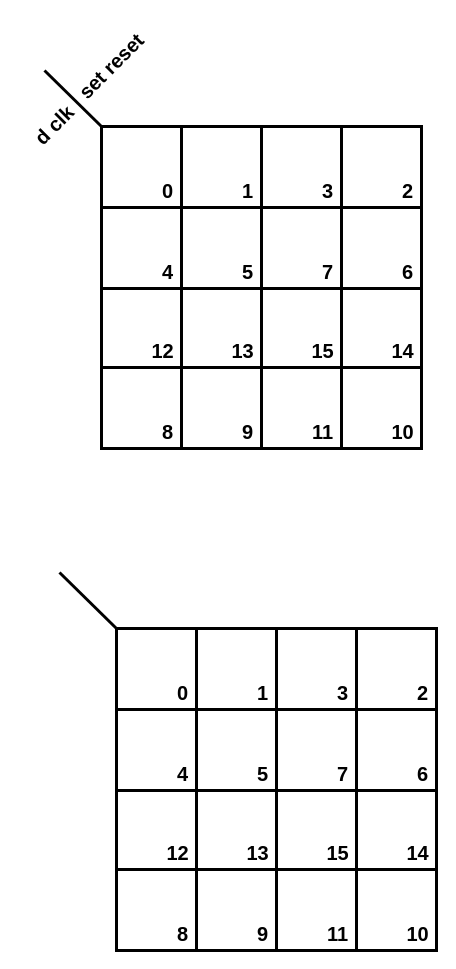
T-Maharshi-Sanand-Yadav/draw.io keeps this draw.io diagram as kmap.drawio. Above is the earlier version. Source tidied: cells renumbered, new cells numbered last; positions are measured from the earlier drawing's top-left corner, leaving out a move shared by most shapes. Both pictures are drawn from the tidied source at 100%, with x=0, y=0 at pixel (20, 47).
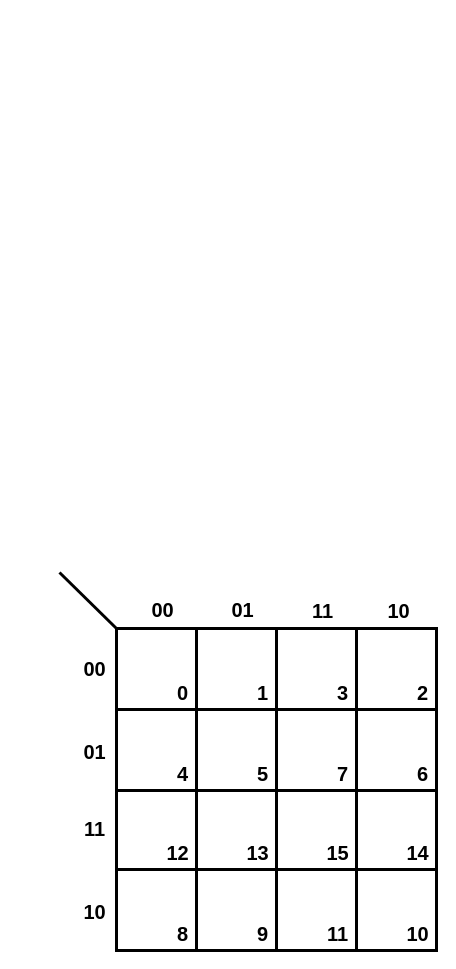
The same diagram, later.

Change to the diagram source:
```diff
@@
-    <mxCell id="2" style="childLayout=tableLayout;shadow=0;fillColor=none;strokeWidth=3;" parent="1" vertex="1">
-      <mxGeometry x="81" y="79" width="320" height="322" as="geometry" />
-    </mxCell>
-    <mxCell id="3" style="shape=tableRow;horizontal=0;startSize=0;swimlaneHead=0;swimlaneBody=0;top=0;left=0;bottom=0;right=0;fontStyle=0;fillColor=none;strokeColor=inherit;strokeWidth=3;" parent="2" vertex="1">
-      <mxGeometry width="320" height="81" as="geometry" />
-    </mxCell>
-    <mxCell id="4" style="strokeColor=inherit;fillColor=none;align=center;whiteSpace=wrap;html=1;strokeWidth=3;" parent="3" vertex="1">
-      <mxGeometry width="80" height="81" as="geometry" />
-    </mxCell>
-    <mxCell id="5" style="strokeColor=inherit;fillColor=none;align=center;whiteSpace=wrap;html=1;strokeWidth=3;" parent="3" vertex="1">
-      <mxGeometry x="80" width="80" height="81" as="geometry" />
-    </mxCell>
-    <mxCell id="6" style="strokeColor=inherit;fillColor=none;align=center;whiteSpace=wrap;html=1;strokeWidth=3;" parent="3" vertex="1">
-      <mxGeometry x="160" width="80" height="81" as="geometry" />
-    </mxCell>
-    <mxCell id="7" style="strokeColor=inherit;fillColor=none;align=center;whiteSpace=wrap;html=1;strokeWidth=3;" parent="3" vertex="1">
-      <mxGeometry x="240" width="80" height="81" as="geometry" />
-    </mxCell>
-    <mxCell id="8" style="shape=tableRow;horizontal=0;startSize=0;swimlaneHead=0;swimlaneBody=0;top=0;left=0;bottom=0;right=0;fontStyle=0;fillColor=none;strokeColor=inherit;strokeWidth=3;" parent="2" vertex="1">
-      <mxGeometry y="81" width="320" height="81" as="geometry" />
-    </mxCell>
-    <mxCell id="9" style="strokeColor=inherit;fillColor=none;align=center;whiteSpace=wrap;html=1;strokeWidth=3;" parent="8" vertex="1">
-      <mxGeometry width="80" height="81" as="geometry" />
-    </mxCell>
-    <mxCell id="10" style="strokeColor=inherit;fillColor=none;align=center;whiteSpace=wrap;html=1;strokeWidth=3;" parent="8" vertex="1">
-      <mxGeometry x="80" width="80" height="81" as="geometry" />
-    </mxCell>
-    <mxCell id="11" style="strokeColor=inherit;fillColor=none;align=center;whiteSpace=wrap;html=1;strokeWidth=3;" parent="8" vertex="1">
-      <mxGeometry x="160" width="80" height="81" as="geometry" />
-    </mxCell>
-    <mxCell id="12" style="strokeColor=inherit;fillColor=none;align=center;whiteSpace=wrap;html=1;strokeWidth=3;" parent="8" vertex="1">
-      <mxGeometry x="240" width="80" height="81" as="geometry" />
-    </mxCell>
-    <mxCell id="13" style="shape=tableRow;horizontal=0;startSize=0;swimlaneHead=0;swimlaneBody=0;top=0;left=0;bottom=0;right=0;fontStyle=0;fillColor=none;strokeColor=inherit;strokeWidth=3;" parent="2" vertex="1">
-      <mxGeometry y="162" width="320" height="79" as="geometry" />
-    </mxCell>
-    <mxCell id="14" style="strokeColor=inherit;fillColor=none;align=center;whiteSpace=wrap;html=1;strokeWidth=3;" parent="13" vertex="1">
-      <mxGeometry width="80" height="79" as="geometry" />
-    </mxCell>
-    <mxCell id="15" style="strokeColor=inherit;fillColor=none;align=center;whiteSpace=wrap;html=1;strokeWidth=3;" parent="13" vertex="1">
-      <mxGeometry x="80" width="80" height="79" as="geometry" />
-    </mxCell>
-    <mxCell id="16" style="strokeColor=inherit;fillColor=none;align=center;whiteSpace=wrap;html=1;strokeWidth=3;" parent="13" vertex="1">
-      <mxGeometry x="160" width="80" height="79" as="geometry" />
-    </mxCell>
-    <mxCell id="17" style="strokeColor=inherit;fillColor=none;align=center;whiteSpace=wrap;html=1;strokeWidth=3;" parent="13" vertex="1">
-      <mxGeometry x="240" width="80" height="79" as="geometry" />
-    </mxCell>
-    <mxCell id="18" style="shape=tableRow;horizontal=0;startSize=0;swimlaneHead=0;swimlaneBody=0;top=0;left=0;bottom=0;right=0;fontStyle=0;fillColor=none;strokeColor=inherit;strokeWidth=3;" parent="2" vertex="1">
-      <mxGeometry y="241" width="320" height="81" as="geometry" />
-    </mxCell>
-    <mxCell id="19" style="strokeColor=inherit;fillColor=none;align=center;whiteSpace=wrap;html=1;strokeWidth=3;" parent="18" vertex="1">
-      <mxGeometry width="80" height="81" as="geometry" />
-    </mxCell>
-    <mxCell id="20" style="strokeColor=inherit;fillColor=none;align=center;whiteSpace=wrap;html=1;strokeWidth=3;" parent="18" vertex="1">
-      <mxGeometry x="80" width="80" height="81" as="geometry" />
-    </mxCell>
-    <mxCell id="21" style="strokeColor=inherit;fillColor=none;align=center;whiteSpace=wrap;html=1;strokeWidth=3;" parent="18" vertex="1">
-      <mxGeometry x="160" width="80" height="81" as="geometry" />
-    </mxCell>
-    <mxCell id="22" style="strokeColor=inherit;fillColor=none;align=center;whiteSpace=wrap;html=1;strokeWidth=3;" parent="18" vertex="1">
-      <mxGeometry x="240" width="80" height="81" as="geometry" />
-    </mxCell>
-    <mxCell id="23" value="&lt;b&gt;&lt;font&gt;0&lt;/font&gt;&lt;/b&gt;" style="text;html=1;align=center;verticalAlign=middle;strokeColor=none;fillColor=none;fontSize=20;" parent="1" vertex="1">
-      <mxGeometry x="132" y="124" width="30" height="37" as="geometry" />
-    </mxCell>
-    <mxCell id="24" value="&lt;b&gt;&lt;font&gt;1&lt;/font&gt;&lt;/b&gt;" style="text;html=1;align=center;verticalAlign=middle;strokeColor=none;fillColor=none;fontSize=20;" parent="1" vertex="1">
-      <mxGeometry x="212" y="124" width="30" height="37" as="geometry" />
-    </mxCell>
-    <mxCell id="25" value="&lt;b&gt;&lt;font&gt;3&lt;/font&gt;&lt;/b&gt;" style="text;html=1;align=center;verticalAlign=middle;strokeColor=none;fillColor=none;fontSize=20;" parent="1" vertex="1">
-      <mxGeometry x="292" y="124" width="30" height="37" as="geometry" />
-    </mxCell>
-    <mxCell id="26" value="&lt;b&gt;&lt;font&gt;2&lt;/font&gt;&lt;/b&gt;" style="text;html=1;align=center;verticalAlign=middle;strokeColor=none;fillColor=none;fontSize=20;" parent="1" vertex="1">
-      <mxGeometry x="372" y="124" width="30" height="37" as="geometry" />
-    </mxCell>
-    <mxCell id="27" value="&lt;b&gt;&lt;font&gt;4&lt;/font&gt;&lt;/b&gt;" style="text;html=1;align=center;verticalAlign=middle;strokeColor=none;fillColor=none;fontSize=20;" parent="1" vertex="1">
-      <mxGeometry x="132" y="205" width="30" height="37" as="geometry" />
-    </mxCell>
-    <mxCell id="28" value="&lt;b&gt;&lt;font&gt;5&lt;/font&gt;&lt;/b&gt;" style="text;html=1;align=center;verticalAlign=middle;strokeColor=none;fillColor=none;fontSize=20;" parent="1" vertex="1">
-      <mxGeometry x="212" y="205" width="30" height="37" as="geometry" />
-    </mxCell>
-    <mxCell id="29" value="&lt;b&gt;&lt;font&gt;7&lt;/font&gt;&lt;/b&gt;" style="text;html=1;align=center;verticalAlign=middle;strokeColor=none;fillColor=none;fontSize=20;" parent="1" vertex="1">
-      <mxGeometry x="292" y="205" width="30" height="37" as="geometry" />
-    </mxCell>
-    <mxCell id="30" value="&lt;b&gt;&lt;font&gt;6&lt;/font&gt;&lt;/b&gt;" style="text;html=1;align=center;verticalAlign=middle;strokeColor=none;fillColor=none;fontSize=20;" parent="1" vertex="1">
-      <mxGeometry x="372" y="205" width="30" height="37" as="geometry" />
-    </mxCell>
-    <mxCell id="31" value="&lt;b&gt;&lt;font&gt;12&lt;/font&gt;&lt;/b&gt;" style="text;html=1;align=center;verticalAlign=middle;strokeColor=none;fillColor=none;fontSize=20;" parent="1" vertex="1">
-      <mxGeometry x="121" y="284" width="41" height="37" as="geometry" />
-    </mxCell>
-    <mxCell id="32" value="&lt;b&gt;&lt;font&gt;13&lt;/font&gt;&lt;/b&gt;" style="text;html=1;align=center;verticalAlign=middle;strokeColor=none;fillColor=none;fontSize=20;" parent="1" vertex="1">
-      <mxGeometry x="201" y="284" width="41" height="37" as="geometry" />
-    </mxCell>
-    <mxCell id="33" value="&lt;b&gt;&lt;font&gt;15&lt;/font&gt;&lt;/b&gt;" style="text;html=1;align=center;verticalAlign=middle;strokeColor=none;fillColor=none;fontSize=20;" parent="1" vertex="1">
-      <mxGeometry x="281" y="284" width="41" height="37" as="geometry" />
-    </mxCell>
-    <mxCell id="34" value="&lt;b&gt;&lt;font&gt;14&lt;/font&gt;&lt;/b&gt;" style="text;html=1;align=center;verticalAlign=middle;strokeColor=none;fillColor=none;fontSize=20;" parent="1" vertex="1">
-      <mxGeometry x="361" y="284" width="41" height="37" as="geometry" />
-    </mxCell>
-    <mxCell id="35" value="&lt;b&gt;&lt;font&gt;8&lt;/font&gt;&lt;/b&gt;" style="text;html=1;align=center;verticalAlign=middle;strokeColor=none;fillColor=none;fontSize=20;" parent="1" vertex="1">
-      <mxGeometry x="132" y="365" width="30" height="37" as="geometry" />
-    </mxCell>
-    <mxCell id="36" value="&lt;b&gt;&lt;font&gt;9&lt;/font&gt;&lt;/b&gt;" style="text;html=1;align=center;verticalAlign=middle;strokeColor=none;fillColor=none;fontSize=20;" parent="1" vertex="1">
-      <mxGeometry x="212" y="365" width="30" height="37" as="geometry" />
-    </mxCell>
-    <mxCell id="37" value="&lt;b&gt;&lt;font&gt;11&lt;/font&gt;&lt;/b&gt;" style="text;html=1;align=center;verticalAlign=middle;strokeColor=none;fillColor=none;fontSize=20;" parent="1" vertex="1">
-      <mxGeometry x="282" y="365" width="40" height="37" as="geometry" />
-    </mxCell>
-    <mxCell id="38" value="&lt;b&gt;&lt;font&gt;10&lt;/font&gt;&lt;/b&gt;" style="text;html=1;align=center;verticalAlign=middle;strokeColor=none;fillColor=none;fontSize=20;" parent="1" vertex="1">
-      <mxGeometry x="361" y="365" width="41" height="37" as="geometry" />
-    </mxCell>
-    <mxCell id="39" style="endArrow=none;html=1;rounded=0;strokeWidth=3;entryX=0;entryY=0;entryDx=0;entryDy=0;" parent="1" edge="1" target="3">
-      <mxGeometry relative="1" as="geometry">
-        <mxPoint x="24" y="23" as="sourcePoint" />
-      </mxGeometry>
-    </mxCell>
-    <mxCell id="40" value="&lt;b&gt;&lt;font&gt;d clk&lt;/font&gt;&lt;/b&gt;" style="text;html=1;align=center;verticalAlign=middle;strokeColor=none;fillColor=none;fontSize=20;rotation=-45;" parent="1" vertex="1">
-      <mxGeometry y="59" width="65" height="37" as="geometry" />
-    </mxCell>
-    <mxCell id="41" value="&lt;b&gt;&lt;font&gt;set reset&lt;/font&gt;&lt;/b&gt;" style="text;html=1;align=center;verticalAlign=middle;strokeColor=none;fillColor=none;fontSize=20;rotation=-45;" parent="1" vertex="1">
-      <mxGeometry x="39" width="101" height="37" as="geometry" />
-    </mxCell>
@@
+    <mxCell id="80" value="&lt;b&gt;&lt;font&gt;00&lt;/font&gt;&lt;/b&gt;" style="text;html=1;align=center;verticalAlign=middle;strokeColor=none;fillColor=none;fontSize=20;" parent="1" vertex="1">
+      <mxGeometry x="53" y="602" width="41" height="37" as="geometry" />
+    </mxCell>
+    <mxCell id="81" value="&lt;b&gt;&lt;font&gt;01&lt;/font&gt;&lt;/b&gt;" style="text;html=1;align=center;verticalAlign=middle;strokeColor=none;fillColor=none;fontSize=20;" parent="1" vertex="1">
+      <mxGeometry x="53" y="685" width="41" height="37" as="geometry" />
+    </mxCell>
+    <mxCell id="82" value="&lt;b&gt;&lt;font&gt;11&lt;/font&gt;&lt;/b&gt;" style="text;html=1;align=center;verticalAlign=middle;strokeColor=none;fillColor=none;fontSize=20;" parent="1" vertex="1">
+      <mxGeometry x="54" y="762" width="40" height="37" as="geometry" />
+    </mxCell>
+    <mxCell id="83" value="&lt;b&gt;&lt;font&gt;10&lt;/font&gt;&lt;/b&gt;" style="text;html=1;align=center;verticalAlign=middle;strokeColor=none;fillColor=none;fontSize=20;" parent="1" vertex="1">
+      <mxGeometry x="53" y="845" width="41" height="37" as="geometry" />
+    </mxCell>
+    <mxCell id="84" value="&lt;b&gt;&lt;font&gt;00&lt;/font&gt;&lt;/b&gt;" style="text;html=1;align=center;verticalAlign=middle;strokeColor=none;fillColor=none;fontSize=20;" parent="1" vertex="1">
+      <mxGeometry x="121" y="543" width="41" height="37" as="geometry" />
+    </mxCell>
+    <mxCell id="85" value="&lt;b&gt;&lt;font&gt;01&lt;/font&gt;&lt;/b&gt;" style="text;html=1;align=center;verticalAlign=middle;strokeColor=none;fillColor=none;fontSize=20;" parent="1" vertex="1">
+      <mxGeometry x="201" y="543" width="41" height="37" as="geometry" />
+    </mxCell>
+    <mxCell id="86" value="&lt;b&gt;&lt;font&gt;11&lt;/font&gt;&lt;/b&gt;" style="text;html=1;align=center;verticalAlign=middle;strokeColor=none;fillColor=none;fontSize=20;" parent="1" vertex="1">
+      <mxGeometry x="282" y="544" width="40" height="37" as="geometry" />
+    </mxCell>
+    <mxCell id="87" value="&lt;b&gt;&lt;font&gt;10&lt;/font&gt;&lt;/b&gt;" style="text;html=1;align=center;verticalAlign=middle;strokeColor=none;fillColor=none;fontSize=20;" parent="1" vertex="1">
+      <mxGeometry x="357" y="544" width="41" height="37" as="geometry" />
+    </mxCell>
```
